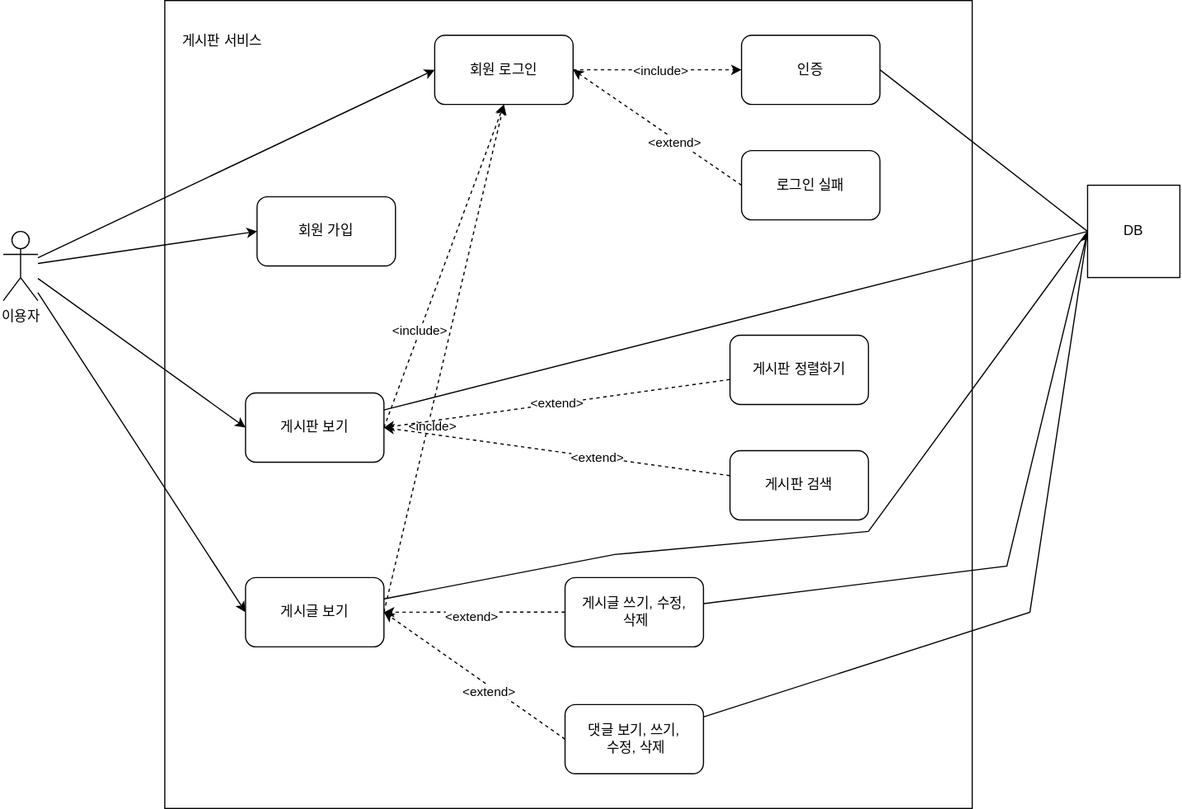
The draw.io diagram 유즈케이스.svg in kmindev/board-project, before a commit. Source tidied: cells renumbered, new cells last; positions are measured from the earlier drawing's top-left corner, leaving out a move shared by most shapes.
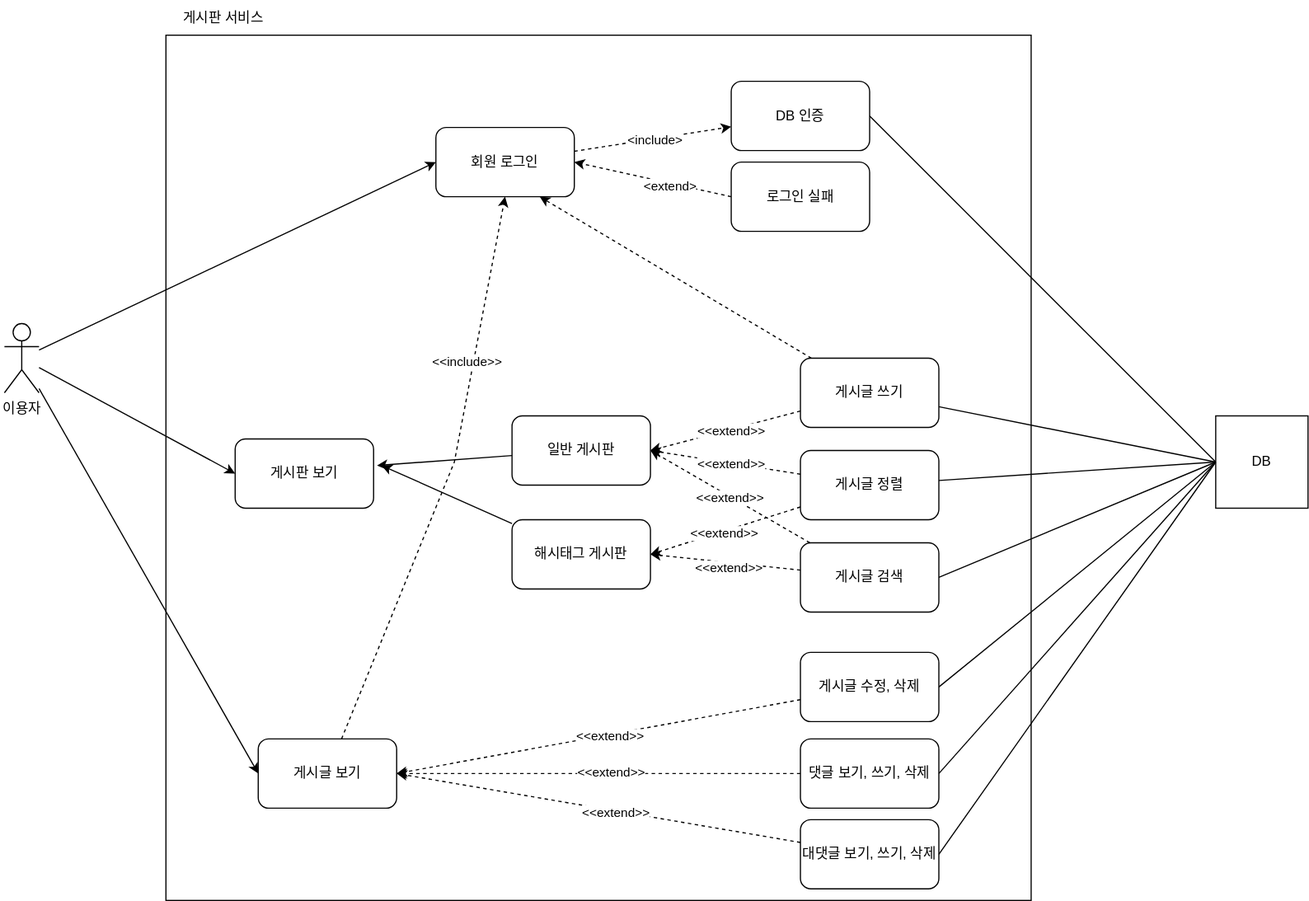
After the commit.

Commit message:
#35 - use-case.svg: 현재 서비스 상황에 맞춰 업데이트

Change to the diagram source:
```diff
@@ -2,12 +2,9 @@
   <root>
     <mxCell id="0" />
     <mxCell id="1" parent="0" />
-    <mxCell id="2" style="whiteSpace=wrap;html=1;" parent="1" vertex="1">
-      <mxGeometry x="140" width="700" height="700" as="geometry" />
-    </mxCell>
-    <mxCell id="3" style="rounded=0;jettySize=auto;html=1;entryX=0;entryY=0.5;entryDx=0;entryDy=0;" parent="1" edge="1" source="7" target="8">
-      <mxGeometry relative="1" as="geometry" />
-    </mxCell>
+    <mxCell id="40" style="whiteSpace=wrap;html=1;" parent="1" vertex="1">
+      <mxGeometry x="140" y="-50" width="750" height="750" as="geometry" />
+    </mxCell>
     <mxCell id="4" style="rounded=0;jettySize=auto;html=1;entryX=0;entryY=0.5;entryDx=0;entryDy=0;" parent="1" edge="1" source="7" target="11">
       <mxGeometry relative="1" as="geometry" />
     </mxCell>
@@ -20,119 +17,157 @@
     <mxCell id="7" value="이용자&lt;br&gt;" style="shape=umlActor;verticalLabelPosition=bottom;verticalAlign=top;html=1;outlineConnect=0;" parent="1" vertex="1">
       <mxGeometry y="200" width="30" height="60" as="geometry" />
     </mxCell>
-    <mxCell id="8" value="회원 가입&lt;br&gt;" style="rounded=1;whiteSpace=wrap;html=1;" parent="1" vertex="1">
-      <mxGeometry x="220" y="170" width="120" height="60" as="geometry" />
-    </mxCell>
-    <mxCell id="9" style="edgeStyle=orthogonalEdgeStyle;rounded=0;jettySize=auto;html=1;dashed=1;endArrow=classic;endFill=1;" parent="1" edge="1" source="11" target="13">
-      <mxGeometry relative="1" as="geometry" />
-    </mxCell>
-    <mxCell id="10" value="&amp;lt;include&amp;gt;" style="edgeLabel;html=1;align=center;verticalAlign=middle;" parent="9" vertex="1">
-      <mxGeometry x="0.03" relative="1" as="geometry" />
-    </mxCell>
+    <mxCell id="41" style="rounded=0;jettySize=auto;html=1;dashed=1;endArrow=classic;endFill=1;" parent="1" edge="1" source="11" target="44">
+      <mxGeometry relative="1" as="geometry" />
+    </mxCell>
+    <mxCell id="42" value="&amp;lt;include&amp;gt;" style="edgeLabel;html=1;align=center;verticalAlign=middle;" parent="41" vertex="1">
+      <mxGeometry x="0.03" relative="1" as="geometry" />
+    </mxCell>
     <mxCell id="11" value="회원 로그인" style="rounded=1;whiteSpace=wrap;html=1;" parent="1" vertex="1">
       <mxGeometry x="374" y="30" width="120" height="60" as="geometry" />
     </mxCell>
-    <mxCell id="12" style="rounded=0;jettySize=auto;html=1;entryX=0;entryY=0.5;entryDx=0;entryDy=0;exitX=1;exitY=0.5;exitDx=0;exitDy=0;endArrow=none;endFill=0;" parent="1" edge="1" source="13" target="39">
-      <mxGeometry relative="1" as="geometry" />
-    </mxCell>
-    <mxCell id="13" value="인증" style="rounded=1;whiteSpace=wrap;html=1;" parent="1" vertex="1">
-      <mxGeometry x="640" y="30" width="120" height="60" as="geometry" />
-    </mxCell>
-    <mxCell id="14" style="rounded=0;jettySize=auto;html=1;entryX=0.5;entryY=1;entryDx=0;entryDy=0;exitX=1;exitY=0.5;exitDx=0;exitDy=0;dashed=1;" parent="1" edge="1" source="17" target="11">
-      <mxGeometry relative="1" as="geometry" />
-    </mxCell>
-    <mxCell id="15" value="&amp;lt;include&amp;gt;" style="edgeLabel;html=1;align=center;verticalAlign=middle;" parent="14" vertex="1">
-      <mxGeometry x="-0.4" y="1" relative="1" as="geometry" />
-    </mxCell>
-    <mxCell id="16" style="rounded=0;jettySize=auto;html=1;entryX=0;entryY=0.5;entryDx=0;entryDy=0;endArrow=none;endFill=0;" parent="1" edge="1" source="17" target="39">
-      <mxGeometry relative="1" as="geometry" />
-    </mxCell>
+    <mxCell id="43" style="rounded=0;jettySize=auto;html=1;entryX=0;entryY=0.5;entryDx=0;entryDy=0;exitX=1;exitY=0.5;exitDx=0;exitDy=0;endArrow=none;endFill=0;" parent="1" edge="1" source="44" target="39">
+      <mxGeometry relative="1" as="geometry" />
+    </mxCell>
+    <mxCell id="44" value="DB 인증" style="rounded=1;whiteSpace=wrap;html=1;" parent="1" vertex="1">
+      <mxGeometry x="630" y="-10" width="120" height="60" as="geometry" />
+    </mxCell>
     <mxCell id="17" value="게시판 보기" style="rounded=1;whiteSpace=wrap;html=1;" parent="1" vertex="1">
-      <mxGeometry x="210" y="340" width="120" height="60" as="geometry" />
+      <mxGeometry x="200" y="300" width="120" height="60" as="geometry" />
     </mxCell>
-    <mxCell id="18" style="rounded=0;jettySize=auto;html=1;entryX=0.5;entryY=1;entryDx=0;entryDy=0;exitX=1;exitY=0.5;exitDx=0;exitDy=0;dashed=1;" parent="1" edge="1" source="21" target="11">
-      <mxGeometry relative="1" as="geometry" />
+    <mxCell id="18" style="rounded=0;jettySize=auto;html=1;entryX=0.5;entryY=1;entryDx=0;entryDy=0;dashed=1;" parent="1" edge="1" source="21" target="11">
+      <mxGeometry relative="1" as="geometry">
+        <Array as="points">
+          <mxPoint x="390" y="320" />
+        </Array>
+      </mxGeometry>
     </mxCell>
-    <mxCell id="19" value="&amp;lt;inclde&amp;gt;" style="edgeLabel;html=1;align=center;verticalAlign=middle;" parent="18" vertex="1">
-      <mxGeometry x="-0.26" y="-3" relative="1" as="geometry" />
-    </mxCell>
-    <mxCell id="20" style="rounded=0;jettySize=auto;html=1;entryX=0;entryY=0.5;entryDx=0;entryDy=0;endArrow=none;endFill=0;" parent="1" edge="1" source="21" target="39">
-      <mxGeometry relative="1" as="geometry">
-        <Array as="points">
-          <mxPoint x="530" y="480" />
-          <mxPoint x="750" y="460" />
-        </Array>
-      </mxGeometry>
-    </mxCell>
+    <mxCell id="45" value="&amp;lt;&amp;lt;include&amp;gt;&amp;gt;" style="edgeLabel;html=1;align=center;verticalAlign=middle;" parent="18" vertex="1">
+      <mxGeometry x="0.41" y="6" relative="1" as="geometry" />
+    </mxCell>
     <mxCell id="21" value="게시글 보기" style="rounded=1;whiteSpace=wrap;html=1;" parent="1" vertex="1">
-      <mxGeometry x="210" y="500" width="120" height="60" as="geometry" />
+      <mxGeometry x="220" y="560" width="120" height="60" as="geometry" />
     </mxCell>
     <mxCell id="22" style="rounded=0;jettySize=auto;html=1;entryX=1;entryY=0.5;entryDx=0;entryDy=0;dashed=1;exitX=0;exitY=0.5;exitDx=0;exitDy=0;" parent="1" edge="1" source="24" target="11">
       <mxGeometry relative="1" as="geometry" />
     </mxCell>
-    <mxCell id="23" value="&amp;lt;extend&amp;gt;" style="edgeLabel;html=1;align=center;verticalAlign=middle;" parent="22" vertex="1">
-      <mxGeometry x="-0.22" y="2" relative="1" as="geometry" />
-    </mxCell>
+    <mxCell id="46" value="&amp;lt;extend&amp;gt;" style="edgeLabel;html=1;align=center;verticalAlign=middle;" parent="22" vertex="1">
+      <mxGeometry x="-0.22" y="2" relative="1" as="geometry" />
+    </mxCell>
     <mxCell id="24" value="로그인 실패" style="rounded=1;whiteSpace=wrap;html=1;" parent="1" vertex="1">
-      <mxGeometry x="640" y="130" width="120" height="60" as="geometry" />
+      <mxGeometry x="630" y="60" width="120" height="60" as="geometry" />
     </mxCell>
-    <mxCell id="25" value="&amp;lt;extend&amp;gt;" style="rounded=0;jettySize=auto;html=1;entryX=1;entryY=0.5;entryDx=0;entryDy=0;dashed=1;" parent="1" edge="1" source="26" target="17">
-      <mxGeometry relative="1" as="geometry" />
-    </mxCell>
-    <mxCell id="26" value="게시판 정렬하기" style="rounded=1;whiteSpace=wrap;html=1;" parent="1" vertex="1">
-      <mxGeometry x="630" y="290" width="120" height="60" as="geometry" />
-    </mxCell>
-    <mxCell id="27" style="rounded=0;jettySize=auto;html=1;entryX=1;entryY=0.5;entryDx=0;entryDy=0;dashed=1;" parent="1" edge="1" source="29" target="17">
-      <mxGeometry relative="1" as="geometry" />
-    </mxCell>
-    <mxCell id="28" value="&amp;lt;extend&amp;gt;" style="edgeLabel;html=1;align=center;verticalAlign=middle;" parent="27" vertex="1">
-      <mxGeometry x="-0.23" relative="1" as="geometry" />
-    </mxCell>
-    <mxCell id="29" value="게시판 검색" style="rounded=1;whiteSpace=wrap;html=1;" parent="1" vertex="1">
-      <mxGeometry x="630" y="390" width="120" height="60" as="geometry" />
-    </mxCell>
-    <mxCell id="30" style="edgeStyle=orthogonalEdgeStyle;rounded=0;jettySize=auto;html=1;entryX=1;entryY=0.5;entryDx=0;entryDy=0;dashed=1;" parent="1" edge="1" source="33" target="21">
-      <mxGeometry relative="1" as="geometry">
-        <Array as="points">
-          <mxPoint x="380" y="530" />
-          <mxPoint x="380" y="530" />
-        </Array>
-      </mxGeometry>
-    </mxCell>
-    <mxCell id="31" value="&amp;lt;extend&amp;gt;" style="edgeLabel;html=1;align=center;verticalAlign=middle;" parent="30" vertex="1">
-      <mxGeometry x="0.04" y="3" relative="1" as="geometry" />
-    </mxCell>
-    <mxCell id="32" style="rounded=0;jettySize=auto;html=1;entryX=0;entryY=0.5;entryDx=0;entryDy=0;endArrow=none;endFill=0;" parent="1" edge="1" source="33" target="39">
-      <mxGeometry relative="1" as="geometry">
-        <Array as="points">
-          <mxPoint x="870" y="490" />
-        </Array>
-      </mxGeometry>
-    </mxCell>
-    <mxCell id="33" value="게시글 쓰기, 수정,&lt;br&gt;&amp;nbsp;삭제" style="rounded=1;whiteSpace=wrap;html=1;" parent="1" vertex="1">
-      <mxGeometry x="487" y="500" width="120" height="60" as="geometry" />
-    </mxCell>
+    <mxCell id="47" value="일반 게시판" style="rounded=1;whiteSpace=wrap;html=1;" parent="1" vertex="1">
+      <mxGeometry x="440" y="280" width="120" height="60" as="geometry" />
+    </mxCell>
+    <mxCell id="48" style="rounded=0;jettySize=auto;html=1;entryX=0.75;entryY=1;entryDx=0;entryDy=0;dashed=1;" parent="1" edge="1" source="53" target="11">
+      <mxGeometry relative="1" as="geometry" />
+    </mxCell>
+    <mxCell id="49" style="rounded=0;jettySize=auto;html=1;entryX=1;entryY=0.5;entryDx=0;entryDy=0;dashed=1;" parent="1" edge="1" source="53" target="47">
+      <mxGeometry relative="1" as="geometry" />
+    </mxCell>
+    <mxCell id="50" value="Text" style="edgeLabel;html=1;align=center;verticalAlign=middle;" parent="49" vertex="1">
+      <mxGeometry x="-0.02" y="2" relative="1" as="geometry">
+        <mxPoint y="-1" as="offset" />
+      </mxGeometry>
+    </mxCell>
+    <mxCell id="51" value="&amp;lt;&amp;lt;extend&amp;gt;&amp;gt;" style="edgeLabel;html=1;align=center;verticalAlign=middle;" parent="49" vertex="1">
+      <mxGeometry x="-0.06" y="1" relative="1" as="geometry" />
+    </mxCell>
+    <mxCell id="52" style="rounded=0;jettySize=auto;html=1;entryX=0;entryY=0.5;entryDx=0;entryDy=0;endArrow=none;endFill=0;" parent="1" edge="1" source="53" target="39">
+      <mxGeometry relative="1" as="geometry" />
+    </mxCell>
+    <mxCell id="53" value="게시글 쓰기" style="rounded=1;whiteSpace=wrap;html=1;" parent="1" vertex="1">
+      <mxGeometry x="690" y="230" width="120" height="60" as="geometry" />
+    </mxCell>
+    <mxCell id="54" style="rounded=0;jettySize=auto;html=1;entryX=1;entryY=0.5;entryDx=0;entryDy=0;dashed=1;" parent="1" edge="1" source="57" target="21">
+      <mxGeometry relative="1" as="geometry" />
+    </mxCell>
+    <mxCell id="55" value="&amp;lt;&amp;lt;extend&amp;gt;&amp;gt;" style="edgeLabel;html=1;align=center;verticalAlign=middle;" parent="54" vertex="1">
+      <mxGeometry x="-0.05" y="1" relative="1" as="geometry" />
+    </mxCell>
+    <mxCell id="56" style="rounded=0;jettySize=auto;html=1;entryX=0;entryY=0.5;entryDx=0;entryDy=0;endArrow=none;endFill=0;exitX=1;exitY=0.5;exitDx=0;exitDy=0;" parent="1" edge="1" source="57" target="39">
+      <mxGeometry relative="1" as="geometry" />
+    </mxCell>
+    <mxCell id="57" value="게시글 수정, 삭제" style="rounded=1;whiteSpace=wrap;html=1;" parent="1" vertex="1">
+      <mxGeometry x="690" y="485" width="120" height="60" as="geometry" />
+    </mxCell>
     <mxCell id="34" value="게시판 서비스" style="text;html=1;strokeColor=none;fillColor=none;align=center;verticalAlign=middle;whiteSpace=wrap;rounded=0;" parent="1" vertex="1">
-      <mxGeometry x="140" y="20" width="100" height="30" as="geometry" />
+      <mxGeometry x="140" y="-80" width="100" height="30" as="geometry" />
     </mxCell>
-    <mxCell id="35" style="rounded=0;jettySize=auto;html=1;entryX=1;entryY=0.5;entryDx=0;entryDy=0;dashed=1;exitX=0;exitY=0.5;exitDx=0;exitDy=0;" parent="1" edge="1" source="38" target="21">
-      <mxGeometry relative="1" as="geometry" />
-    </mxCell>
-    <mxCell id="36" value="&amp;lt;extend&amp;gt;" style="edgeLabel;html=1;align=center;verticalAlign=middle;" parent="35" vertex="1">
-      <mxGeometry x="-0.18" y="4" relative="1" as="geometry" />
-    </mxCell>
-    <mxCell id="37" style="rounded=0;jettySize=auto;html=1;entryX=0;entryY=0.5;entryDx=0;entryDy=0;" parent="1" edge="1" source="38" target="39">
-      <mxGeometry relative="1" as="geometry">
-        <Array as="points">
-          <mxPoint x="890" y="530" />
-        </Array>
-      </mxGeometry>
-    </mxCell>
-    <mxCell id="38" value="댓글 보기, 쓰기,&lt;br&gt;&amp;nbsp;수정, 삭제" style="rounded=1;whiteSpace=wrap;html=1;" parent="1" vertex="1">
-      <mxGeometry x="487" y="610" width="120" height="60" as="geometry" />
-    </mxCell>
+    <mxCell id="58" style="rounded=0;jettySize=auto;html=1;dashed=1;" parent="1" edge="1" source="61">
+      <mxGeometry relative="1" as="geometry">
+        <mxPoint x="340" y="590" as="targetPoint" />
+      </mxGeometry>
+    </mxCell>
+    <mxCell id="59" value="&amp;lt;&amp;lt;extend&amp;gt;&amp;gt;" style="edgeLabel;html=1;align=center;verticalAlign=middle;" parent="58" vertex="1">
+      <mxGeometry x="-0.06" y="-2" relative="1" as="geometry" />
+    </mxCell>
+    <mxCell id="60" style="rounded=0;jettySize=auto;html=1;entryX=0;entryY=0.5;entryDx=0;entryDy=0;endArrow=none;endFill=0;exitX=1;exitY=0.5;exitDx=0;exitDy=0;" parent="1" edge="1" source="61" target="39">
+      <mxGeometry relative="1" as="geometry" />
+    </mxCell>
+    <mxCell id="61" value="댓글 보기, 쓰기, 삭제" style="rounded=1;whiteSpace=wrap;html=1;" parent="1" vertex="1">
+      <mxGeometry x="690" y="560" width="120" height="60" as="geometry" />
+    </mxCell>
     <mxCell id="39" value="DB" style="whiteSpace=wrap;html=1;" parent="1" vertex="1">
-      <mxGeometry x="940" y="160" width="80" height="80" as="geometry" />
+      <mxGeometry x="1050" y="280" width="80" height="80" as="geometry" />
     </mxCell>
+    <mxCell id="62" value="해시태그&amp;nbsp;게시판" style="rounded=1;whiteSpace=wrap;html=1;" parent="1" vertex="1">
+      <mxGeometry x="440" y="370" width="120" height="60" as="geometry" />
+    </mxCell>
+    <mxCell id="63" style="rounded=0;jettySize=auto;html=1;entryX=1;entryY=0.5;entryDx=0;entryDy=0;dashed=1;" parent="1" edge="1" source="68" target="62">
+      <mxGeometry relative="1" as="geometry" />
+    </mxCell>
+    <mxCell id="64" value="&amp;lt;&amp;lt;extend&amp;gt;&amp;gt;" style="edgeLabel;html=1;align=center;verticalAlign=middle;" parent="63" vertex="1">
+      <mxGeometry x="-0.04" y="4" relative="1" as="geometry" />
+    </mxCell>
+    <mxCell id="65" style="rounded=0;jettySize=auto;html=1;entryX=1;entryY=0.5;entryDx=0;entryDy=0;dashed=1;" parent="1" edge="1" source="68" target="47">
+      <mxGeometry relative="1" as="geometry" />
+    </mxCell>
+    <mxCell id="66" value="&amp;lt;&amp;lt;extend&amp;gt;&amp;gt;" style="edgeLabel;html=1;align=center;verticalAlign=middle;" parent="65" vertex="1">
+      <mxGeometry x="0.01" y="1" relative="1" as="geometry" />
+    </mxCell>
+    <mxCell id="67" style="rounded=0;jettySize=auto;html=1;entryX=0;entryY=0.5;entryDx=0;entryDy=0;endArrow=none;endFill=0;exitX=1;exitY=0.5;exitDx=0;exitDy=0;" parent="1" edge="1" source="68" target="39">
+      <mxGeometry relative="1" as="geometry" />
+    </mxCell>
+    <mxCell id="68" value="게시글 검색" style="rounded=1;whiteSpace=wrap;html=1;" parent="1" vertex="1">
+      <mxGeometry x="690" y="390" width="120" height="60" as="geometry" />
+    </mxCell>
+    <mxCell id="69" style="rounded=0;jettySize=auto;html=1;entryX=1;entryY=0.5;entryDx=0;entryDy=0;dashed=1;" parent="1" edge="1" source="74" target="47">
+      <mxGeometry relative="1" as="geometry" />
+    </mxCell>
+    <mxCell id="70" value="&amp;lt;&amp;lt;extend&amp;gt;&amp;gt;" style="edgeLabel;html=1;align=center;verticalAlign=middle;" parent="69" vertex="1">
+      <mxGeometry x="-0.06" relative="1" as="geometry" />
+    </mxCell>
+    <mxCell id="71" style="rounded=0;jettySize=auto;html=1;entryX=1;entryY=0.5;entryDx=0;entryDy=0;dashed=1;" parent="1" edge="1" source="74" target="62">
+      <mxGeometry relative="1" as="geometry" />
+    </mxCell>
+    <mxCell id="72" value="&amp;lt;&amp;lt;extend&amp;gt;&amp;gt;" style="edgeLabel;html=1;align=center;verticalAlign=middle;" parent="71" vertex="1">
+      <mxGeometry x="0.02" y="1" relative="1" as="geometry" />
+    </mxCell>
+    <mxCell id="73" style="rounded=0;jettySize=auto;html=1;entryX=0;entryY=0.5;entryDx=0;entryDy=0;startArrow=none;startFill=0;endArrow=none;endFill=0;" parent="1" edge="1" source="74" target="39">
+      <mxGeometry relative="1" as="geometry" />
+    </mxCell>
+    <mxCell id="74" value="게시글 정렬" style="rounded=1;whiteSpace=wrap;html=1;" parent="1" vertex="1">
+      <mxGeometry x="690" y="310" width="120" height="60" as="geometry" />
+    </mxCell>
+    <mxCell id="75" style="rounded=0;jettySize=auto;html=1;entryX=1;entryY=0.5;entryDx=0;entryDy=0;dashed=1;" parent="1" edge="1" source="78" target="21">
+      <mxGeometry relative="1" as="geometry" />
+    </mxCell>
+    <mxCell id="76" value="&amp;lt;&amp;lt;extend&amp;gt;&amp;gt;" style="edgeLabel;html=1;align=center;verticalAlign=middle;" parent="75" vertex="1">
+      <mxGeometry x="-0.09" y="1" relative="1" as="geometry" />
+    </mxCell>
+    <mxCell id="77" style="rounded=0;jettySize=auto;html=1;entryX=0;entryY=0.5;entryDx=0;entryDy=0;endArrow=none;endFill=0;exitX=1;exitY=0.5;exitDx=0;exitDy=0;" parent="1" edge="1" source="78" target="39">
+      <mxGeometry relative="1" as="geometry" />
+    </mxCell>
+    <mxCell id="78" value="대댓글 보기, 쓰기, 삭제" style="rounded=1;whiteSpace=wrap;html=1;" parent="1" vertex="1">
+      <mxGeometry x="690" y="630" width="120" height="60" as="geometry" />
+    </mxCell>
+    <mxCell id="79" style="rounded=0;jettySize=auto;html=1;entryX=1.025;entryY=0.383;entryDx=0;entryDy=0;entryPerimeter=0;" parent="1" edge="1" source="47" target="17">
+      <mxGeometry relative="1" as="geometry" />
+    </mxCell>
+    <mxCell id="80" style="rounded=0;jettySize=auto;html=1;entryX=1.058;entryY=0.383;entryDx=0;entryDy=0;entryPerimeter=0;" parent="1" edge="1" source="62" target="17">
+      <mxGeometry relative="1" as="geometry" />
+    </mxCell>
   </root>
 </mxGraphModel>
```
